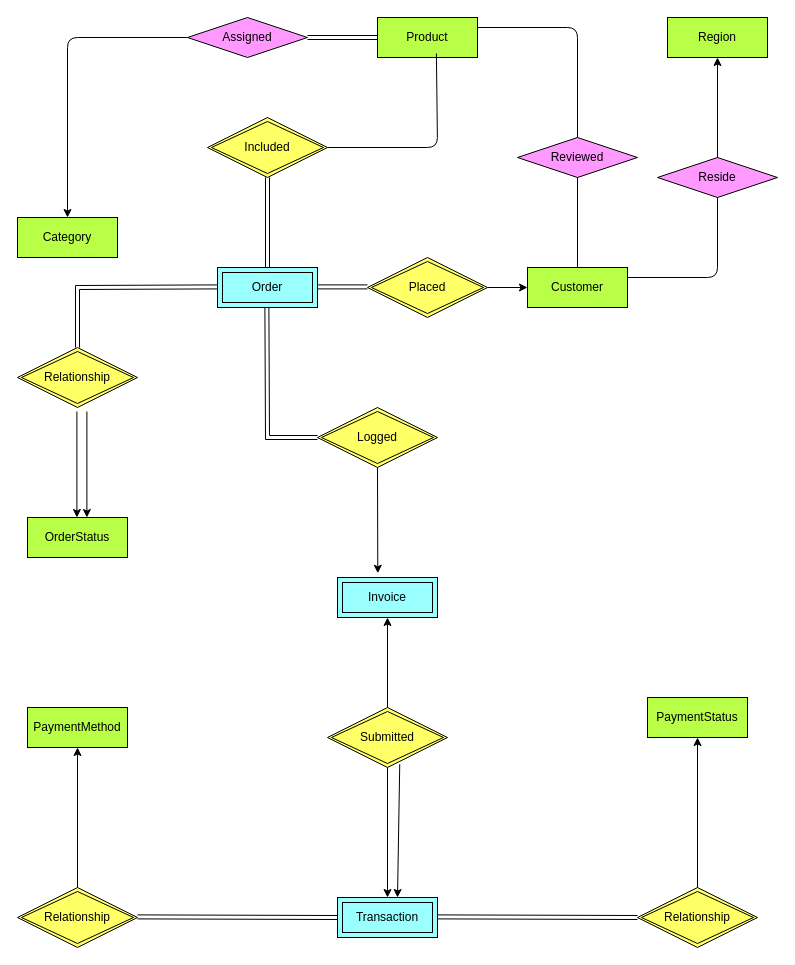
This is documents/design models/database/conceptual_design.drawio from jadogeri/typegraphql-tutorial, a draw.io file, before an edit. Source tidied: cells renumbered, new cells numbered last; positions are measured from the earlier drawing's top-left corner, leaving out a move shared by most shapes. Both pictures are drawn from the tidied source at 100%, with x=0, y=0 at pixel (17, 17).
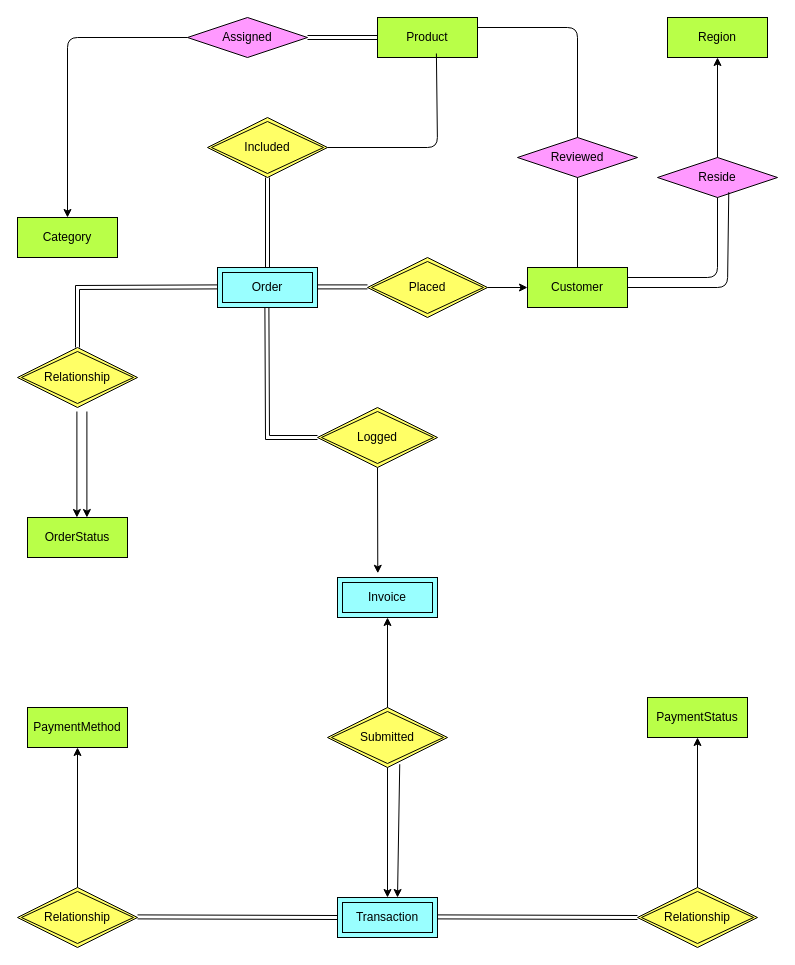
The same diagram, later.

Commit message:
updated conceptual design

Unchanged cells that the change refers to:
```xml
<mxCell id="5" value="Customer" style="whiteSpace=wrap;html=1;align=center;fillColor=#B9FF48;" parent="1" vertex="1">
  <mxGeometry x="510" y="250" width="100" height="40" as="geometry" />
</mxCell>
<mxCell id="10" value="Reside" style="shape=rhombus;perimeter=rhombusPerimeter;whiteSpace=wrap;html=1;align=center;fillColor=#FF99FF;" parent="1" vertex="1">
  <mxGeometry x="640" y="140" width="120" height="40" as="geometry" />
</mxCell>
```

The edit, as a diff of the source:
```diff
@@
+    <mxCell id="51" style="endArrow=none;html=1;exitX=0.594;exitY=0.867;exitDx=0;exitDy=0;exitPerimeter=0;entryX=1;entryY=0.5;entryDx=0;entryDy=0;" parent="1" edge="1" source="10" target="5">
+      <mxGeometry relative="1" as="geometry">
+        <Array as="points">
+          <mxPoint x="710" y="270" />
+        </Array>
+      </mxGeometry>
+    </mxCell>
```
